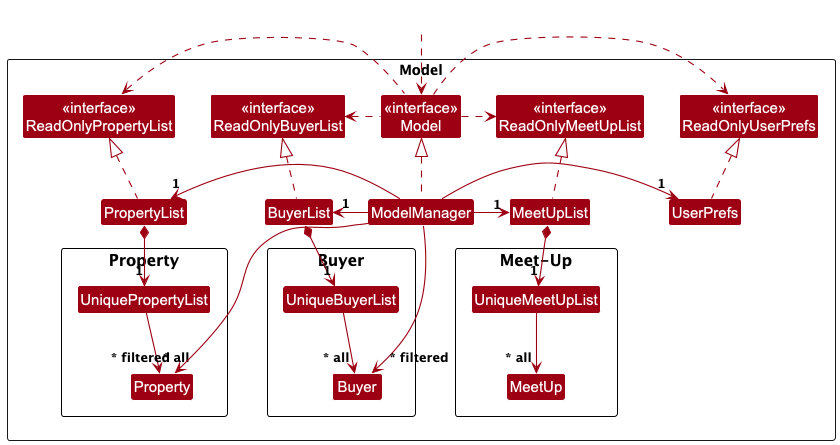
Above: docs/images/ModelClassDiagram.png in nus-cs2103-AY2425S1/tp (PlantUML), before the change. Its source is kept beside it as docs/diagrams/ModelClassDiagram.puml.
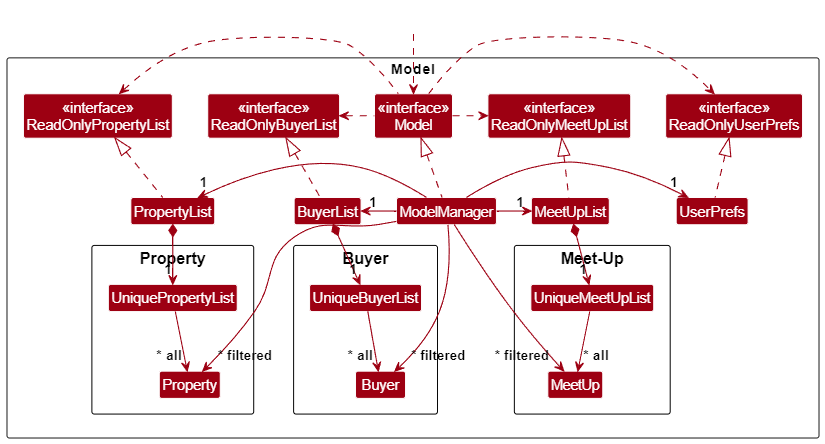
After the commit.

What changed in the source:
```diff
@@ -31,6 +31,7 @@
 
 MeetUpList *--> "1" UniqueMeetUpList
 UniqueMeetUpList --> "~* all" MeetUp
+ModelManager --> "~* filtered" MeetUp
 }
 
 Package "Property" {
```
